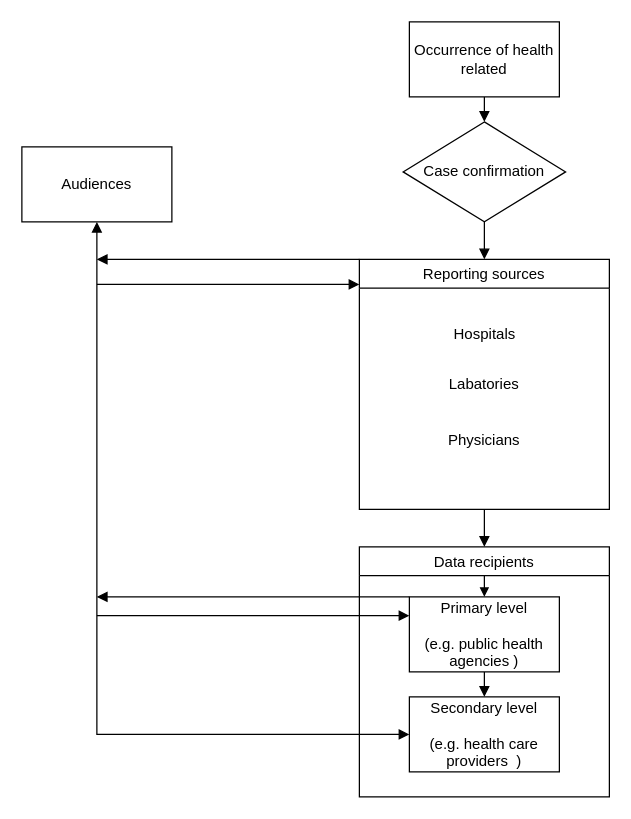
This is Untitled Diagram.drawio from shamarnelson/COMP214O-Project, a draw.io file, before an edit. Source tidied: cells renumbered, new cells numbered last; positions are measured from the earlier drawing's top-left corner, leaving out a move shared by most shapes. Both pictures are drawn from the tidied source at 125%, with x=0, y=0 at pixel (21, 21).
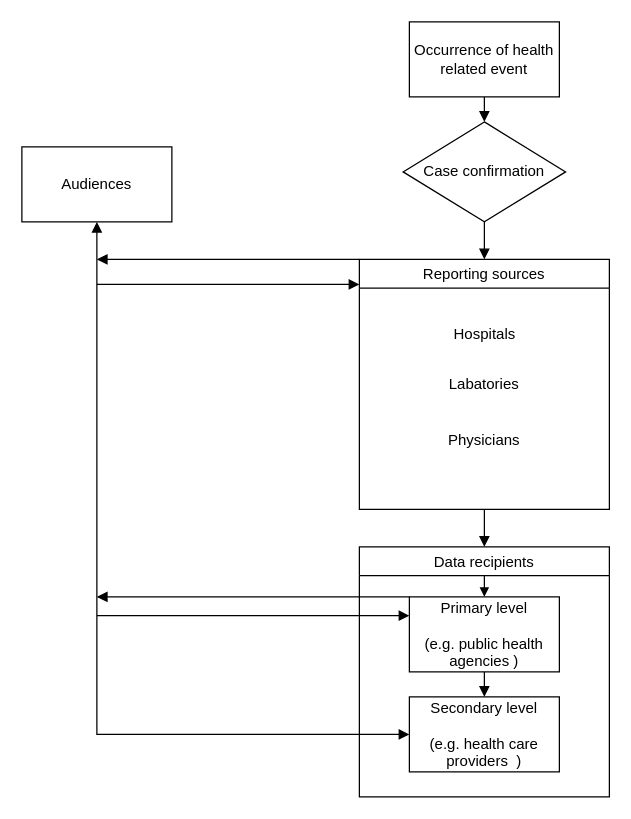
The same page after the edit.

Change to the diagram source:
```diff
@@
-    <mxCell id="2" value="Occurrence of health related" style="rounded=0;whiteSpace=wrap;html=1;" parent="1" vertex="1">
+    <mxCell id="2" value="Occurrence of health related event" style="rounded=0;whiteSpace=wrap;html=1;" parent="1" vertex="1">
       <mxGeometry x="310" width="120" height="60" as="geometry" />
     </mxCell>
```
